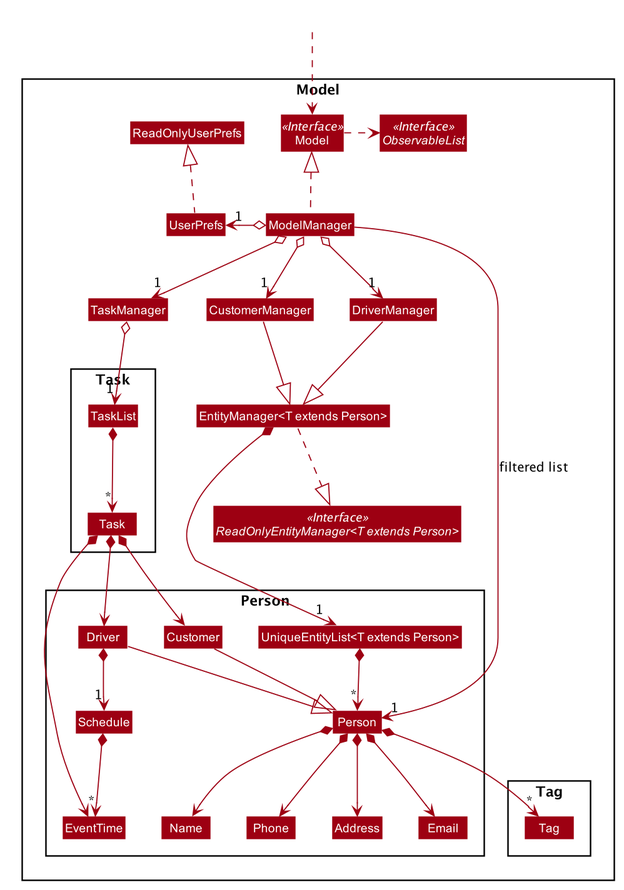
Earlier version of the PlantUML export docs/images/ModelClassDiagram.png (nus-cs2103-AY1920S1/addressbook-level3).
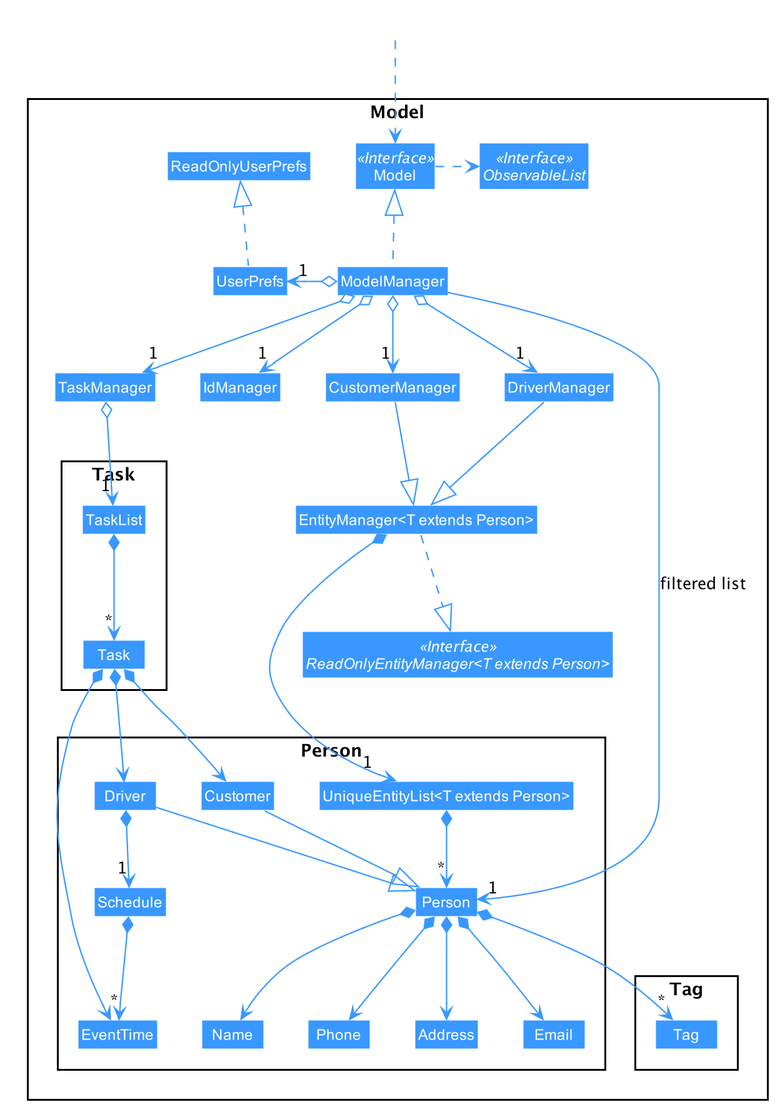
Later version of the same file.

Diff of the diagram source:
```diff
@@ -51,8 +51,8 @@
 hide members
 hide circle
 skinparam arrowThickness 1.1
-skinparam arrowColor #9D0012
-skinparam classBackgroundColor #9D0012
+skinparam arrowColor #3898ff
+skinparam classBackgroundColor #3898ff
 skinparam genericDisplay old
 
 Package Model <<Rectangle>>{
@@ -67,6 +67,7 @@
 Class ReadOnlyUserPrefs
 
 Class CustomerManager
+Class IdManager
 Class TaskManager
 Class DriverManager
 
@@ -107,6 +108,7 @@
 ModelManager o--> "1" CustomerManager
 ModelManager o--> "1" DriverManager
 ModelManager o--> "1" TaskManager
+ModelManager o--> "1" IdManager
 
 ModelManager o-left-> "1" UserPrefs
 UserPrefs .up.|> ReadOnlyUserPrefs
```
